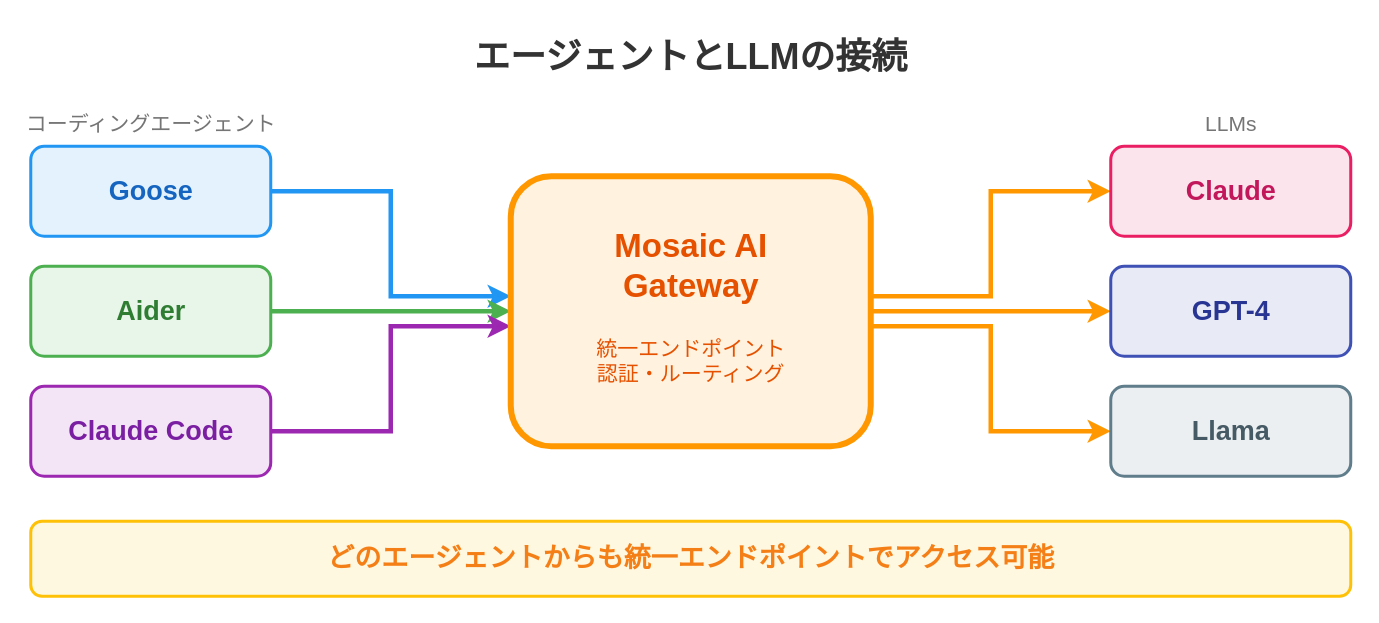
i9wa4/i9wa4.github.io keeps this draw.io diagram as assets/2026-01-27-jedai-ai-gateway/agent-connection.drawio. Above is the earlier version. Source tidied: cells renumbered, new cells numbered last; positions are measured from the earlier drawing's top-left corner, leaving out a move shared by most shapes. Both pictures are drawn from the tidied source at 150%, with x=0, y=0 at pixel (30, 26).
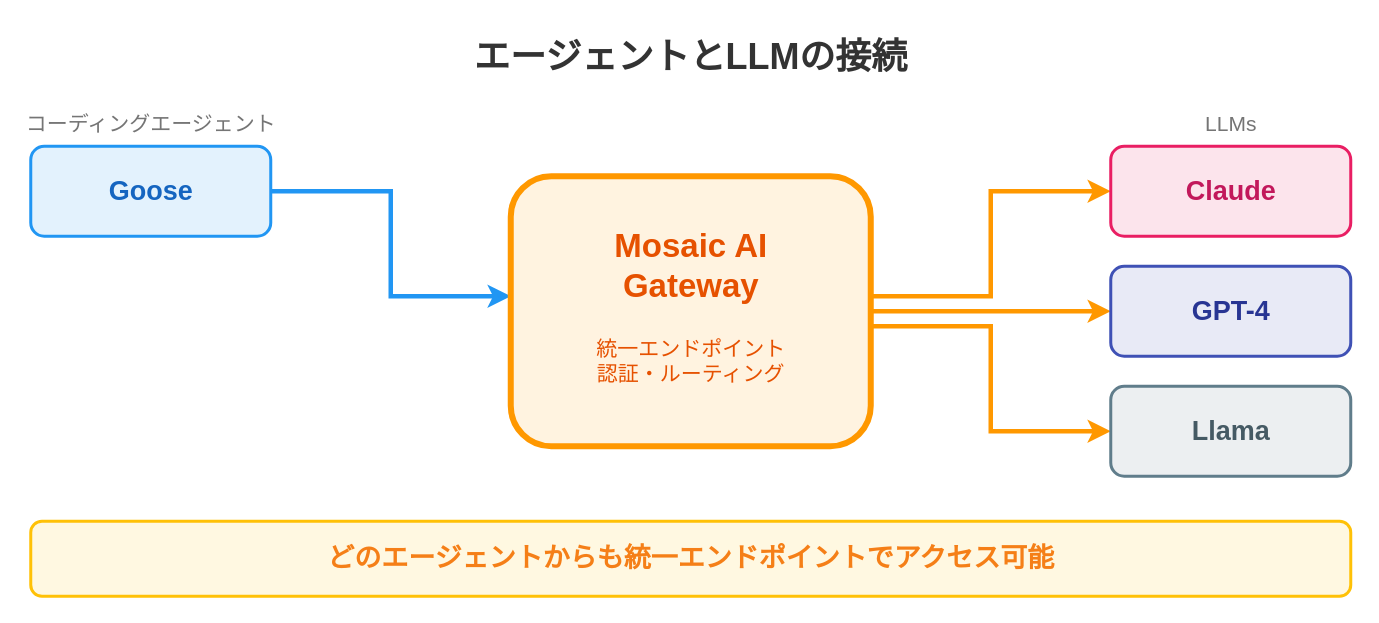
After the change.

Commit message (it also covers changes not shown here):
refactor(slides): Claude Code削除、Aider言及を1回に整理

What changed in the source:
```diff
@@
-    <mxCell id="4" style="edgeStyle=orthogonalEdgeStyle;rounded=0;orthogonalLoop=1;jettySize=auto;html=1;strokeWidth=3;strokeColor=#4CAF50;endArrow=classic;" parent="1" edge="1">
-      <mxGeometry relative="1" as="geometry">
-        <mxPoint x="160" y="190" as="sourcePoint" />
-        <mxPoint x="320" y="190" as="targetPoint" />
-      </mxGeometry>
-    </mxCell>
-    <mxCell id="5" style="edgeStyle=orthogonalEdgeStyle;rounded=0;orthogonalLoop=1;jettySize=auto;html=1;strokeWidth=3;strokeColor=#9C27B0;endArrow=classic;" parent="1" edge="1">
-      <mxGeometry relative="1" as="geometry">
-        <mxPoint x="160" y="270" as="sourcePoint" />
-        <mxPoint x="320" y="200" as="targetPoint" />
-        <Array as="points">
-          <mxPoint x="240" y="270" />
-          <mxPoint x="240" y="200" />
-        </Array>
-      </mxGeometry>
-    </mxCell>
@@
-    <mxCell id="11" style="rounded=1;whiteSpace=wrap;html=1;fillColor=#E8F5E9;strokeColor=#4CAF50;strokeWidth=2;" parent="1" vertex="1">
-      <mxGeometry y="160" width="160" height="60" as="geometry" />
-    </mxCell>
-    <mxCell id="12" value="Aider" style="text;html=1;fontSize=18;fontFamily=Noto Sans JP;fontStyle=1;fontColor=#2E7D32;align=center;verticalAlign=middle;" parent="1" vertex="1">
-      <mxGeometry y="170" width="160" height="40" as="geometry" />
-    </mxCell>
-    <mxCell id="13" style="rounded=1;whiteSpace=wrap;html=1;fillColor=#F3E5F5;strokeColor=#9C27B0;strokeWidth=2;" parent="1" vertex="1">
-      <mxGeometry y="240" width="160" height="60" as="geometry" />
-    </mxCell>
-    <mxCell id="14" value="Claude Code" style="text;html=1;fontSize=18;fontFamily=Noto Sans JP;fontStyle=1;fontColor=#7B1FA2;align=center;verticalAlign=middle;" parent="1" vertex="1">
-      <mxGeometry y="250" width="160" height="40" as="geometry" />
-    </mxCell>
```
